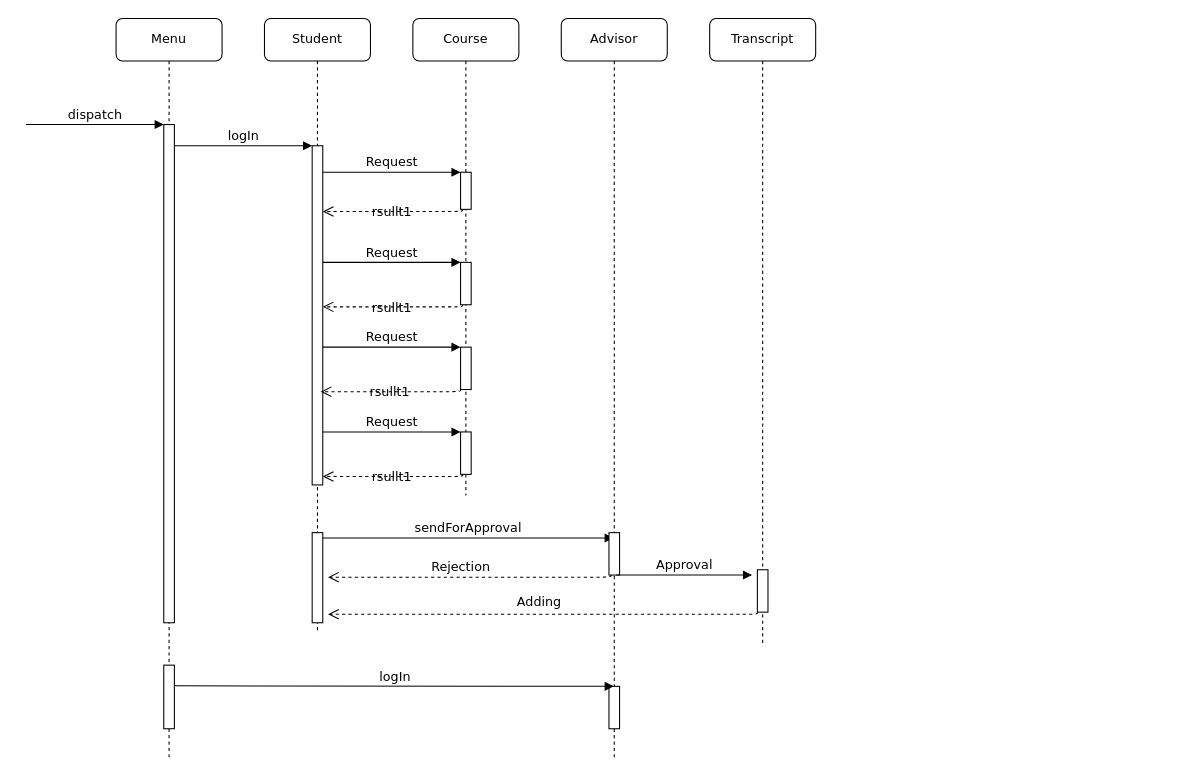
This is DSD(not completed).drawio from gitsametcan/CSE3063F22P1_GRP1, a draw.io file, before an edit. Source tidied: cells renumbered, new cells numbered last; positions are measured from the earlier drawing's top-left corner, leaving out a move shared by most shapes. Both pictures are drawn from the tidied source at 106%, with x=0, y=0 at pixel (25, 18).
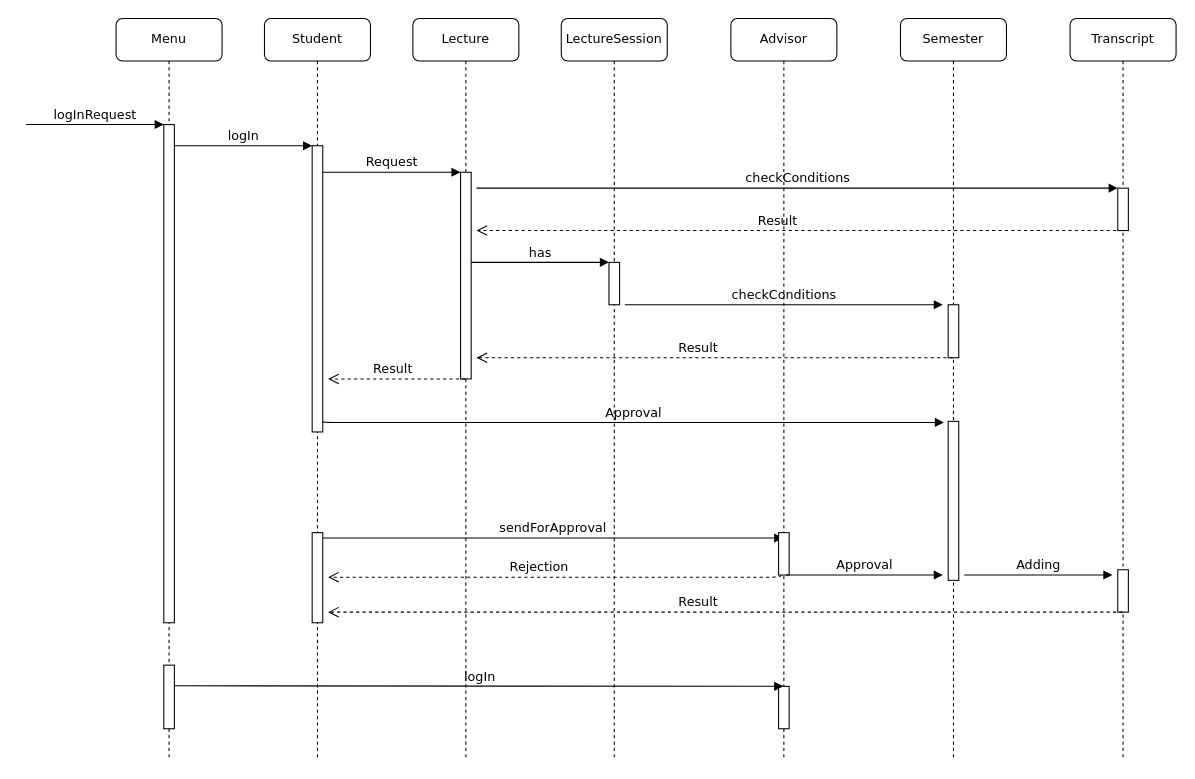
The same diagram, later.

Commit message:
DCD ready for iteration 1

Unchanged cells that the change refers to:
```xml
<mxCell id="26" value="Menu" style="shape=umlLifeline;perimeter=lifelinePerimeter;whiteSpace=wrap;html=1;rounded=1;shadow=0;comic=0;labelBackgroundColor=none;strokeWidth=1;fontFamily=Verdana;fontSize=12;align=center;" parent="1" vertex="1">
  <mxGeometry x="85" width="100" height="700" as="geometry" />
</mxCell>
```

Change to the diagram source:
```diff
@@
     <mxCell id="2" value="Student" style="shape=umlLifeline;perimeter=lifelinePerimeter;whiteSpace=wrap;html=1;rounded=1;shadow=0;comic=0;labelBackgroundColor=none;strokeWidth=1;fontFamily=Verdana;fontSize=12;align=center;" parent="1" vertex="1">
-      <mxGeometry x="225" width="100" height="580" as="geometry" />
+      <mxGeometry x="225" width="100" height="700" as="geometry" />
     </mxCell>
     <mxCell id="3" style="html=1;points=[];perimeter=orthogonalPerimeter;rounded=0;shadow=0;comic=0;labelBackgroundColor=none;strokeWidth=1;fontFamily=Verdana;fontSize=12;align=center;" parent="2" vertex="1">
-      <mxGeometry x="45" y="120" width="10" height="320" as="geometry" />
+      <mxGeometry x="45" y="120" width="10" height="270" as="geometry" />
     </mxCell>
-    <mxCell id="4" value="Request" style="html=1;verticalAlign=bottom;endArrow=block;entryX=0;entryY=0;labelBackgroundColor=none;fontFamily=Verdana;fontSize=12;edgeStyle=elbowEdgeStyle;elbow=vertical;" parent="2" edge="1">
-      <mxGeometry relative="1" as="geometry">
-        <mxPoint x="55" y="310" as="sourcePoint" />
-        <mxPoint x="185" y="310" as="targetPoint" />
-      </mxGeometry>
-    </mxCell>
-    <mxCell id="5" value="rsullt1" style="html=1;verticalAlign=bottom;endArrow=open;dashed=1;endSize=8;labelBackgroundColor=none;fontFamily=Verdana;fontSize=12;edgeStyle=elbowEdgeStyle;elbow=vertical;entryX=1;entryY=0.188;entryDx=0;entryDy=0;entryPerimeter=0;exitX=0.2;exitY=0.943;exitDx=0;exitDy=0;exitPerimeter=0;" parent="2" edge="1">
-      <mxGeometry x="0.03" y="10" relative="1" as="geometry">
-        <mxPoint x="187" y="270" as="sourcePoint" />
-        <mxPoint x="55" y="272.2" as="targetPoint" />
-        <Array as="points">
-          <mxPoint x="170" y="272" />
-          <mxPoint x="300" y="302" />
-          <mxPoint x="300" y="325" />
-          <mxPoint x="300" y="325" />
-        </Array>
-      </mxGeometry>
-    </mxCell>
-    <mxCell id="6" value="rsullt1" style="html=1;verticalAlign=bottom;endArrow=open;dashed=1;endSize=8;labelBackgroundColor=none;fontFamily=Verdana;fontSize=12;edgeStyle=elbowEdgeStyle;elbow=vertical;entryX=1;entryY=0.188;entryDx=0;entryDy=0;entryPerimeter=0;exitX=0.2;exitY=0.943;exitDx=0;exitDy=0;exitPerimeter=0;" parent="2" edge="1">
-      <mxGeometry x="0.03" y="10" relative="1" as="geometry">
-        <mxPoint x="187" y="430" as="sourcePoint" />
-        <mxPoint x="55" y="432.2" as="targetPoint" />
-        <Array as="points">
-          <mxPoint x="170" y="432" />
-          <mxPoint x="300" y="462" />
-          <mxPoint x="300" y="485" />
-          <mxPoint x="300" y="485" />
-        </Array>
-      </mxGeometry>
-    </mxCell>
-    <mxCell id="7" value="rsullt1" style="html=1;verticalAlign=bottom;endArrow=open;dashed=1;endSize=8;labelBackgroundColor=none;fontFamily=Verdana;fontSize=12;edgeStyle=elbowEdgeStyle;elbow=vertical;entryX=1;entryY=0.188;entryDx=0;entryDy=0;entryPerimeter=0;exitX=0.2;exitY=0.943;exitDx=0;exitDy=0;exitPerimeter=0;" parent="2" edge="1">
-      <mxGeometry x="0.03" y="10" relative="1" as="geometry">
-        <mxPoint x="187" y="180" as="sourcePoint" />
-        <mxPoint x="55" y="182.2" as="targetPoint" />
-        <Array as="points">
-          <mxPoint x="170" y="182" />
-          <mxPoint x="300" y="212" />
-          <mxPoint x="300" y="235" />
-          <mxPoint x="300" y="235" />
-        </Array>
-      </mxGeometry>
-    </mxCell>
@@
-    <mxCell id="10" value="Course" style="shape=umlLifeline;perimeter=lifelinePerimeter;whiteSpace=wrap;html=1;outlineConnect=0;rounded=1;shadow=0;comic=0;labelBackgroundColor=none;strokeWidth=1;fontFamily=Verdana;fontSize=12;align=center;" parent="1" vertex="1">
-      <mxGeometry x="365" width="100" height="450" as="geometry" />
+    <mxCell id="10" value="Lecture" style="shape=umlLifeline;perimeter=lifelinePerimeter;whiteSpace=wrap;html=1;outlineConnect=0;rounded=1;shadow=0;comic=0;labelBackgroundColor=none;strokeWidth=1;fontFamily=Verdana;fontSize=12;align=center;" parent="1" vertex="1">
+      <mxGeometry x="365" width="100" height="700" as="geometry" />
     </mxCell>
     <mxCell id="11" style="html=1;points=[];perimeter=orthogonalPerimeter;rounded=0;shadow=0;comic=0;labelBackgroundColor=none;strokeWidth=1;fontFamily=Verdana;fontSize=12;align=center;" parent="10" vertex="1">
-      <mxGeometry x="45" y="145" width="10" height="35" as="geometry" />
+      <mxGeometry x="45" y="145" width="10" height="195" as="geometry" />
     </mxCell>
-    <mxCell id="12" style="html=1;perimeter=orthogonalPerimeter;rounded=0;shadow=0;comic=0;labelBackgroundColor=none;strokeWidth=1;fontFamily=Verdana;fontSize=12;align=center;" parent="10" vertex="1">
-      <mxGeometry x="45" y="230" width="10" height="40" as="geometry" />
-    </mxCell>
-    <mxCell id="13" value="Request" style="html=1;verticalAlign=bottom;endArrow=block;entryX=0;entryY=0;labelBackgroundColor=none;fontFamily=Verdana;fontSize=12;edgeStyle=elbowEdgeStyle;elbow=vertical;" parent="10" edge="1">
-      <mxGeometry relative="1" as="geometry">
-        <mxPoint x="-85" y="230" as="sourcePoint" />
-        <mxPoint x="45" y="230" as="targetPoint" />
-      </mxGeometry>
-    </mxCell>
-    <mxCell id="14" style="html=1;perimeter=orthogonalPerimeter;rounded=0;shadow=0;comic=0;labelBackgroundColor=none;strokeWidth=1;fontFamily=Verdana;fontSize=12;align=center;" parent="10" vertex="1">
-      <mxGeometry x="45" y="310" width="10" height="40" as="geometry" />
-    </mxCell>
-    <mxCell id="15" value="rsullt1" style="html=1;verticalAlign=bottom;endArrow=open;dashed=1;endSize=8;labelBackgroundColor=none;fontFamily=Verdana;fontSize=12;edgeStyle=elbowEdgeStyle;elbow=vertical;entryX=1;entryY=0.188;entryDx=0;entryDy=0;entryPerimeter=0;exitX=0.2;exitY=0.943;exitDx=0;exitDy=0;exitPerimeter=0;" parent="10" edge="1">
-      <mxGeometry x="0.03" y="10" relative="1" as="geometry">
-        <mxPoint x="45" y="350" as="sourcePoint" />
-        <mxPoint x="-87" y="352.2" as="targetPoint" />
-        <Array as="points">
-          <mxPoint x="28" y="352" />
-          <mxPoint x="158" y="382" />
-          <mxPoint x="158" y="405" />
-          <mxPoint x="158" y="405" />
-        </Array>
-      </mxGeometry>
-    </mxCell>
-    <mxCell id="16" style="html=1;perimeter=orthogonalPerimeter;rounded=0;shadow=0;comic=0;labelBackgroundColor=none;strokeWidth=1;fontFamily=Verdana;fontSize=12;align=center;" parent="10" vertex="1">
-      <mxGeometry x="45" y="390" width="10" height="40" as="geometry" />
-    </mxCell>
-    <mxCell id="17" value="Request" style="html=1;verticalAlign=bottom;endArrow=block;entryX=0;entryY=0;labelBackgroundColor=none;fontFamily=Verdana;fontSize=12;edgeStyle=elbowEdgeStyle;elbow=vertical;" parent="10" edge="1">
-      <mxGeometry relative="1" as="geometry">
-        <mxPoint x="-85" y="390" as="sourcePoint" />
-        <mxPoint x="45" y="390" as="targetPoint" />
-      </mxGeometry>
-    </mxCell>
+    <mxCell id="33" value="Approval" style="html=1;verticalAlign=bottom;endArrow=block;labelBackgroundColor=none;fontFamily=Verdana;fontSize=12;edgeStyle=elbowEdgeStyle;elbow=vertical;exitX=0.7;exitY=1;exitDx=0;exitDy=0;exitPerimeter=0;entryX=-0.4;entryY=0.013;entryDx=0;entryDy=0;entryPerimeter=0;" parent="10" edge="1" target="35">
+      <mxGeometry relative="1" as="geometry">
+        <mxPoint x="-85" y="380" as="sourcePoint" />
+      </mxGeometry>
+    </mxCell>
     <mxCell id="18" value="Advisor" style="shape=umlLifeline;perimeter=lifelinePerimeter;whiteSpace=wrap;html=1;outlineConnect=0;rounded=1;shadow=0;comic=0;labelBackgroundColor=none;strokeWidth=1;fontFamily=Verdana;fontSize=12;align=center;" parent="1" vertex="1">
-      <mxGeometry x="505" width="100" height="700" as="geometry" />
+      <mxGeometry x="665" width="100" height="700" as="geometry" />
     </mxCell>
@@
     <mxCell id="20" value="Rejection" style="html=1;verticalAlign=bottom;endArrow=open;dashed=1;endSize=8;labelBackgroundColor=none;fontFamily=Verdana;fontSize=12;edgeStyle=elbowEdgeStyle;elbow=vertical;exitX=0.2;exitY=0.943;exitDx=0;exitDy=0;exitPerimeter=0;" parent="18" edge="1">
       <mxGeometry x="0.07" relative="1" as="geometry">
         <mxPoint x="47" y="525" as="sourcePoint" />
-        <mxPoint x="-220" y="527" as="targetPoint" />
+        <mxPoint x="-380" y="527" as="targetPoint" />
         <Array as="points">
           <mxPoint x="30" y="527" />
           <mxPoint x="160" y="557" />
           <mxPoint x="160" y="580" />
           <mxPoint x="160" y="580" />
         </Array>
       </mxGeometry>
     </mxCell>
@@
-    <mxCell id="22" value="Transcript" style="shape=umlLifeline;perimeter=lifelinePerimeter;whiteSpace=wrap;html=1;outlineConnect=0;rounded=1;shadow=0;comic=0;labelBackgroundColor=none;strokeWidth=1;fontFamily=Verdana;fontSize=12;align=center;" parent="1" vertex="1">
-      <mxGeometry x="645" width="100" height="590" as="geometry" />
+    <mxCell id="22" value="Semester" style="shape=umlLifeline;perimeter=lifelinePerimeter;whiteSpace=wrap;html=1;outlineConnect=0;rounded=1;shadow=0;comic=0;labelBackgroundColor=none;strokeWidth=1;fontFamily=Verdana;fontSize=12;align=center;" parent="1" vertex="1">
+      <mxGeometry x="825" width="100" height="700" as="geometry" />
     </mxCell>
-    <mxCell id="23" style="html=1;perimeter=orthogonalPerimeter;rounded=0;shadow=0;comic=0;labelBackgroundColor=none;strokeWidth=1;fontFamily=Verdana;fontSize=12;align=center;" parent="22" vertex="1">
-      <mxGeometry x="45" y="520" width="10" height="40" as="geometry" />
-    </mxCell>
@@
-    <mxCell id="25" value="Adding" style="html=1;verticalAlign=bottom;endArrow=open;dashed=1;endSize=8;labelBackgroundColor=none;fontFamily=Verdana;fontSize=12;edgeStyle=elbowEdgeStyle;elbow=vertical;exitX=0.2;exitY=0.943;exitDx=0;exitDy=0;exitPerimeter=0;" parent="22" edge="1">
-      <mxGeometry x="0.02" y="-2" relative="1" as="geometry">
-        <mxPoint x="45" y="560" as="sourcePoint" />
-        <mxPoint x="-360" y="562" as="targetPoint" />
-        <Array as="points">
-          <mxPoint x="28" y="562" />
-          <mxPoint x="158" y="592" />
-          <mxPoint x="158" y="615" />
-          <mxPoint x="158" y="615" />
-        </Array>
-      </mxGeometry>
-    </mxCell>
+    <mxCell id="34" style="html=1;perimeter=orthogonalPerimeter;rounded=0;shadow=0;comic=0;labelBackgroundColor=none;strokeWidth=1;fontFamily=Verdana;fontSize=12;align=center;" parent="22" vertex="1">
+      <mxGeometry x="45" y="270" width="10" height="50" as="geometry" />
+    </mxCell>
+    <mxCell id="35" style="html=1;points=[];perimeter=orthogonalPerimeter;rounded=0;shadow=0;comic=0;labelBackgroundColor=none;strokeWidth=1;fontFamily=Verdana;fontSize=12;align=center;" parent="22" vertex="1">
+      <mxGeometry x="45" y="380" width="10" height="150" as="geometry" />
+    </mxCell>
@@
-    <mxCell id="28" value="dispatch" style="html=1;verticalAlign=bottom;endArrow=block;entryX=0;entryY=0;labelBackgroundColor=none;fontFamily=Verdana;fontSize=12;edgeStyle=elbowEdgeStyle;elbow=vertical;" parent="26" edge="1">
+    <mxCell id="28" value="logInRequest" style="html=1;verticalAlign=bottom;endArrow=block;entryX=0;entryY=0;labelBackgroundColor=none;fontFamily=Verdana;fontSize=12;edgeStyle=elbowEdgeStyle;elbow=vertical;" parent="26" edge="1">
       <mxGeometry relative="1" as="geometry">
         <mxPoint x="-85" y="100" as="sourcePoint" />
         <mxPoint x="45" y="100" as="targetPoint" />
       </mxGeometry>
     </mxCell>
@@
+    <mxCell id="36" value="LectureSession" style="shape=umlLifeline;perimeter=lifelinePerimeter;whiteSpace=wrap;html=1;rounded=1;shadow=0;comic=0;labelBackgroundColor=none;strokeWidth=1;fontFamily=Verdana;fontSize=12;align=center;" parent="1" vertex="1">
+      <mxGeometry x="505" width="100" height="700" as="geometry" />
+    </mxCell>
+    <mxCell id="12" style="html=1;perimeter=orthogonalPerimeter;rounded=0;shadow=0;comic=0;labelBackgroundColor=none;strokeWidth=1;fontFamily=Verdana;fontSize=12;align=center;" parent="36" vertex="1">
+      <mxGeometry x="45" y="230" width="10" height="40" as="geometry" />
+    </mxCell>
+    <mxCell id="37" value="has" style="html=1;verticalAlign=bottom;endArrow=block;entryX=0;entryY=0;labelBackgroundColor=none;fontFamily=Verdana;fontSize=12;edgeStyle=elbowEdgeStyle;elbow=vertical;" parent="36" edge="1">
+      <mxGeometry relative="1" as="geometry">
+        <mxPoint x="-85" y="230" as="sourcePoint" />
+        <mxPoint x="45" y="230" as="targetPoint" />
+      </mxGeometry>
+    </mxCell>
+    <mxCell id="38" value="Transcript" style="shape=umlLifeline;perimeter=lifelinePerimeter;whiteSpace=wrap;html=1;outlineConnect=0;rounded=1;shadow=0;comic=0;labelBackgroundColor=none;strokeWidth=1;fontFamily=Verdana;fontSize=12;align=center;" parent="1" vertex="1">
+      <mxGeometry x="985" width="100" height="700" as="geometry" />
+    </mxCell>
+    <mxCell id="23" style="html=1;perimeter=orthogonalPerimeter;rounded=0;shadow=0;comic=0;labelBackgroundColor=none;strokeWidth=1;fontFamily=Verdana;fontSize=12;align=center;" parent="38" vertex="1">
+      <mxGeometry x="45" y="520" width="10" height="40" as="geometry" />
+    </mxCell>
+    <mxCell id="25" value="Adding" style="html=1;verticalAlign=bottom;endArrow=block;labelBackgroundColor=none;fontFamily=Verdana;fontSize=12;edgeStyle=elbowEdgeStyle;elbow=vertical;" parent="38" edge="1">
+      <mxGeometry relative="1" as="geometry">
+        <mxPoint x="-100" y="525" as="sourcePoint" />
+        <mxPoint x="40" y="525" as="targetPoint" />
+      </mxGeometry>
+    </mxCell>
+    <mxCell id="39" style="html=1;perimeter=orthogonalPerimeter;rounded=0;shadow=0;comic=0;labelBackgroundColor=none;strokeWidth=1;fontFamily=Verdana;fontSize=12;align=center;" parent="38" vertex="1">
+      <mxGeometry x="45" y="160" width="10" height="40" as="geometry" />
+    </mxCell>
+    <mxCell id="40" value="checkConditions" style="html=1;verticalAlign=bottom;endArrow=block;entryX=0;entryY=0;labelBackgroundColor=none;fontFamily=Verdana;fontSize=12;edgeStyle=elbowEdgeStyle;elbow=vertical;" parent="38" edge="1">
+      <mxGeometry relative="1" as="geometry">
+        <mxPoint x="-560" y="160" as="sourcePoint" />
+        <mxPoint x="45" y="160" as="targetPoint" />
+      </mxGeometry>
+    </mxCell>
+    <mxCell id="41" value="Result" style="html=1;verticalAlign=bottom;endArrow=open;dashed=1;endSize=8;labelBackgroundColor=none;fontFamily=Verdana;fontSize=12;edgeStyle=elbowEdgeStyle;elbow=vertical;" parent="1" edge="1" source="38">
+      <mxGeometry x="0.07" relative="1" as="geometry">
+        <mxPoint x="425" y="200" as="targetPoint" />
+        <Array as="points">
+          <mxPoint x="795" y="200" />
+          <mxPoint x="985" y="192" />
+          <mxPoint x="1115" y="222" />
+          <mxPoint x="1115" y="245" />
+          <mxPoint x="1115" y="245" />
+        </Array>
+      </mxGeometry>
+    </mxCell>
+    <mxCell id="42" value="checkConditions" style="html=1;verticalAlign=bottom;endArrow=block;labelBackgroundColor=none;fontFamily=Verdana;fontSize=12;edgeStyle=elbowEdgeStyle;elbow=vertical;" parent="1" edge="1">
+      <mxGeometry relative="1" as="geometry">
+        <mxPoint x="565" y="270" as="sourcePoint" />
+        <mxPoint x="865" y="270" as="targetPoint" />
+      </mxGeometry>
+    </mxCell>
+    <mxCell id="43" value="Result" style="html=1;verticalAlign=bottom;endArrow=open;dashed=1;endSize=8;labelBackgroundColor=none;fontFamily=Verdana;fontSize=12;edgeStyle=elbowEdgeStyle;elbow=vertical;" parent="1" edge="1" source="22">
+      <mxGeometry x="0.07" relative="1" as="geometry">
+        <mxPoint x="425" y="320.5" as="targetPoint" />
+        <Array as="points">
+          <mxPoint x="655" y="320" />
+          <mxPoint x="845" y="312" />
+          <mxPoint x="975" y="342" />
+          <mxPoint x="975" y="365" />
+          <mxPoint x="975" y="365" />
+        </Array>
+      </mxGeometry>
+    </mxCell>
+    <mxCell id="44" value="Result" style="html=1;verticalAlign=bottom;endArrow=open;dashed=1;endSize=8;labelBackgroundColor=none;fontFamily=Verdana;fontSize=12;edgeStyle=elbowEdgeStyle;elbow=vertical;" parent="1" edge="1" source="10">
+      <mxGeometry x="0.07" relative="1" as="geometry">
+        <mxPoint x="285" y="340" as="targetPoint" />
+        <Array as="points">
+          <mxPoint x="335" y="340" />
+          <mxPoint x="525" y="332" />
+          <mxPoint x="655" y="362" />
+          <mxPoint x="655" y="385" />
+          <mxPoint x="655" y="385" />
+        </Array>
+      </mxGeometry>
+    </mxCell>
+    <mxCell id="45" value="Result" style="html=1;verticalAlign=bottom;endArrow=open;dashed=1;endSize=8;labelBackgroundColor=none;fontFamily=Verdana;fontSize=12;edgeStyle=elbowEdgeStyle;elbow=vertical;" parent="1" edge="1">
+      <mxGeometry x="0.07" relative="1" as="geometry">
+        <mxPoint x="1034.5" y="560" as="sourcePoint" />
+        <mxPoint x="285" y="560" as="targetPoint" />
+        <Array as="points">
+          <mxPoint x="795" y="560" />
+          <mxPoint x="985" y="552" />
+          <mxPoint x="1115" y="582" />
+          <mxPoint x="1115" y="605" />
+          <mxPoint x="1115" y="605" />
+        </Array>
+      </mxGeometry>
+    </mxCell>
```
